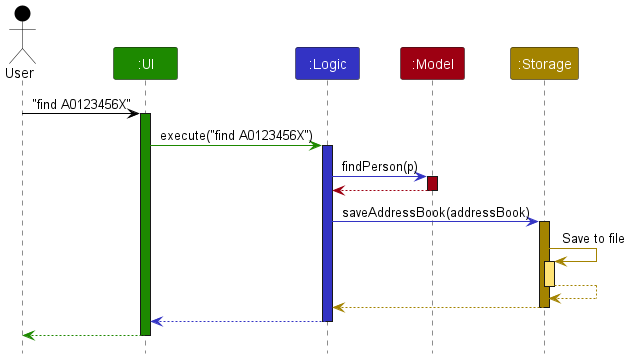
Earlier version of the PlantUML export docs/images/ArchitectureSequenceDiagram.png (nus-cs2103-AY2324S2/tp). The source it was exported from:
```plantuml
@startuml
!include style.puml
skinparam ArrowFontStyle plain

Actor User as user USER_COLOR
Participant ":UI" as ui UI_COLOR
Participant ":Logic" as logic LOGIC_COLOR
Participant ":Model" as model MODEL_COLOR
Participant ":Storage" as storage STORAGE_COLOR

user -[USER_COLOR]> ui : "find A0123456X"
activate ui UI_COLOR

ui -[UI_COLOR]> logic : execute("find A0123456X")
activate logic LOGIC_COLOR

logic -[LOGIC_COLOR]> model : findPerson(p)
activate model MODEL_COLOR

model -[MODEL_COLOR]-> logic
deactivate model

logic -[LOGIC_COLOR]> storage : saveAddressBook(addressBook)
activate storage STORAGE_COLOR

storage -[STORAGE_COLOR]> storage : Save to file
activate storage STORAGE_COLOR_T1
storage --[STORAGE_COLOR]> storage
deactivate storage

storage --[STORAGE_COLOR]> logic
deactivate storage

logic --[LOGIC_COLOR]> ui
deactivate logic

ui--[UI_COLOR]> user
deactivate ui
@enduml
```
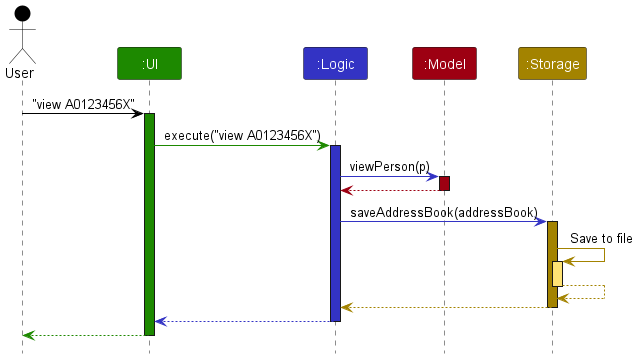
Later version of the same file.

Commit message:
Update the uml diagram

What changed in the source:
```diff
@@ -8,13 +8,13 @@
 Participant ":Model" as model MODEL_COLOR
 Participant ":Storage" as storage STORAGE_COLOR
 
-user -[USER_COLOR]> ui : "find A0123456X"
+user -[USER_COLOR]> ui : "view A0123456X"
 activate ui UI_COLOR
 
-ui -[UI_COLOR]> logic : execute("find A0123456X")
+ui -[UI_COLOR]> logic : execute("view A0123456X")
 activate logic LOGIC_COLOR
 
-logic -[LOGIC_COLOR]> model : findPerson(p)
+logic -[LOGIC_COLOR]> model : viewPerson(p)
 activate model MODEL_COLOR
 
 model -[MODEL_COLOR]-> logic
```
